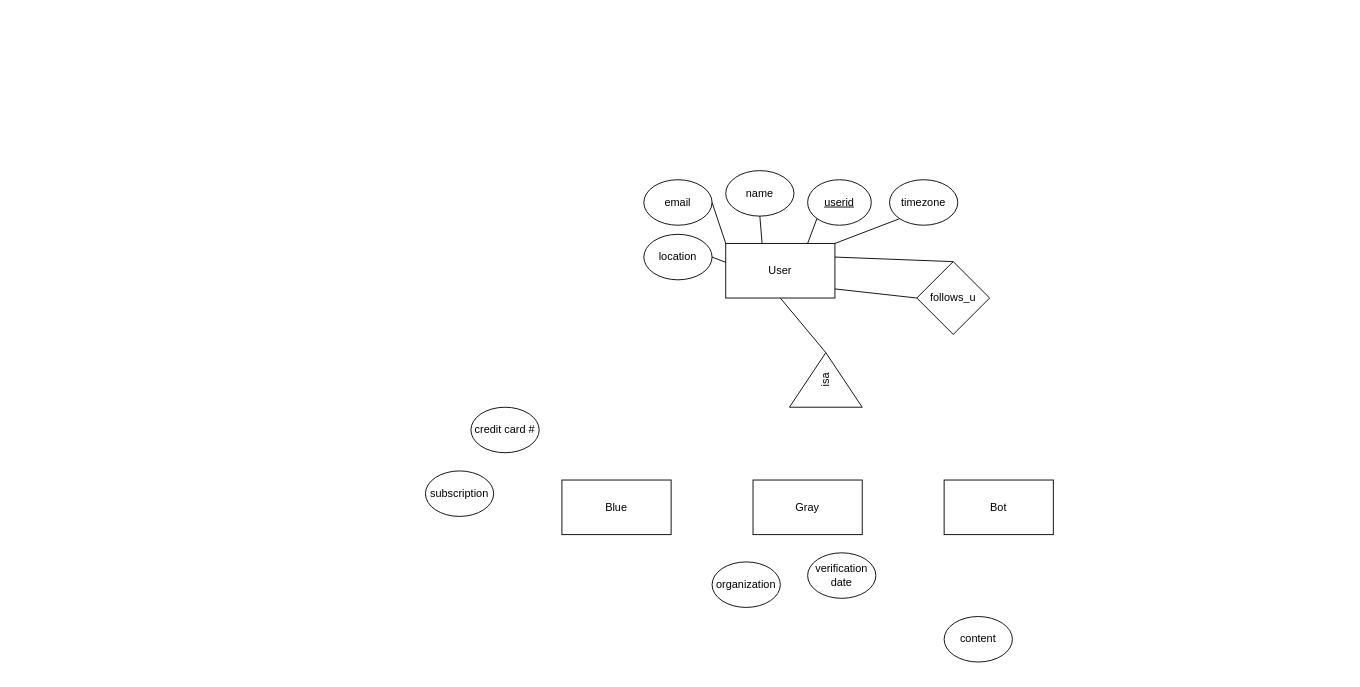
slappy163/291-Assignment-1 keeps this draw.io diagram as Part1/Daniel/Untitled Diagram.drawio. Above is the earlier version. Source tidied: cells renumbered, new cells numbered last; positions are measured from the earlier drawing's top-left corner, leaving out a move shared by most shapes. Both pictures are drawn from the tidied source at 91%, with x=0, y=0 at pixel (425, 170).
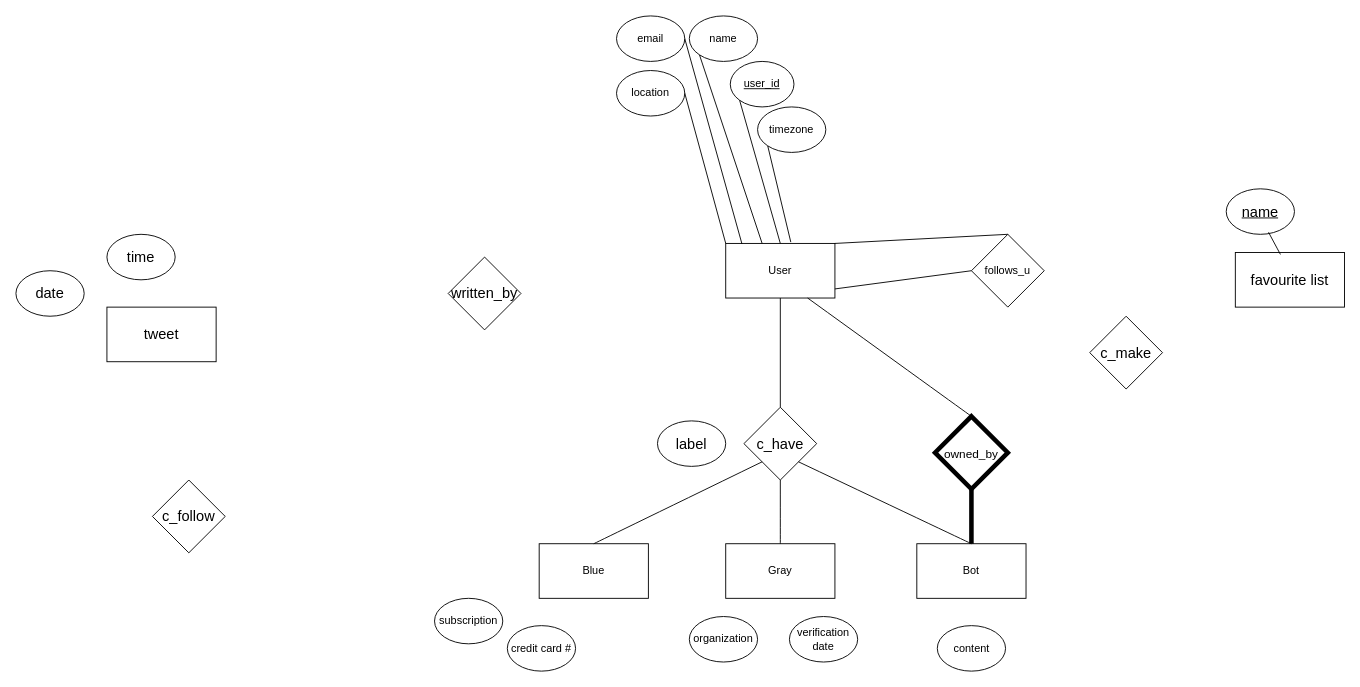
The same diagram, later.

The change refers to these unchanged cells:
```xml
<mxCell id="2" value="User" style="rounded=0;whiteSpace=wrap;html=1;" parent="1" vertex="1">
  <mxGeometry x="330" y="80" width="120" height="60" as="geometry" />
</mxCell>
```

Diff of the diagram source:
```diff
@@
+    <mxCell id="26" style="edgeStyle=none;curved=1;rounded=0;jettySize=auto;html=1;exitX=1;exitY=1;exitDx=0;exitDy=0;fontSize=12;startSize=8;endSize=8;" parent="1" edge="1" source="2">
+      <mxGeometry relative="1" as="geometry">
+        <mxPoint x="450.4" y="140.3" as="targetPoint" />
+      </mxGeometry>
+    </mxCell>
@@
-    <mxCell id="3" value="&lt;u&gt;userid&lt;/u&gt;" style="ellipse;whiteSpace=wrap;html=1;" parent="1" vertex="1">
-      <mxGeometry x="420" y="10" width="70" height="50" as="geometry" />
+    <mxCell id="3" value="&lt;u&gt;user_id&lt;/u&gt;" style="ellipse;whiteSpace=wrap;html=1;" parent="1" vertex="1">
+      <mxGeometry x="335" y="-120" width="70" height="50" as="geometry" />
     </mxCell>
     <mxCell id="4" value="name" style="ellipse;whiteSpace=wrap;html=1;" parent="1" vertex="1">
-      <mxGeometry x="330" width="75" height="50" as="geometry" />
+      <mxGeometry x="290" y="-170" width="75" height="50" as="geometry" />
     </mxCell>
     <mxCell id="5" value="location" style="ellipse;whiteSpace=wrap;html=1;" parent="1" vertex="1">
-      <mxGeometry x="240" y="70" width="75" height="50" as="geometry" />
+      <mxGeometry x="210" y="-110" width="75" height="50" as="geometry" />
     </mxCell>
     <mxCell id="6" value="timezone" style="ellipse;whiteSpace=wrap;html=1;" parent="1" vertex="1">
-      <mxGeometry x="510" y="10" width="75" height="50" as="geometry" />
+      <mxGeometry x="365" y="-70" width="75" height="50" as="geometry" />
     </mxCell>
     <mxCell id="7" value="email" style="ellipse;whiteSpace=wrap;html=1;" parent="1" vertex="1">
-      <mxGeometry x="240" y="10" width="75" height="50" as="geometry" />
+      <mxGeometry x="210" y="-170" width="75" height="50" as="geometry" />
     </mxCell>
-    <mxCell id="8" value="isa" style="triangle;whiteSpace=wrap;html=1;rotation=-90;" parent="1" vertex="1">
-      <mxGeometry x="410" y="190" width="60" height="80" as="geometry" />
-    </mxCell>
     <mxCell id="9" value="Blue" style="rounded=0;whiteSpace=wrap;html=1;" parent="1" vertex="1">
-      <mxGeometry x="150" y="340" width="120" height="60" as="geometry" />
+      <mxGeometry x="125" y="410" width="120" height="60" as="geometry" />
     </mxCell>
     <mxCell id="10" value="Gray" style="rounded=0;whiteSpace=wrap;html=1;" parent="1" vertex="1">
-      <mxGeometry x="360" y="340" width="120" height="60" as="geometry" />
+      <mxGeometry x="330" y="410" width="120" height="60" as="geometry" />
     </mxCell>
     <mxCell id="11" value="Bot" style="rounded=0;whiteSpace=wrap;html=1;" parent="1" vertex="1">
-      <mxGeometry x="570" y="340" width="120" height="60" as="geometry" />
+      <mxGeometry x="540" y="410" width="120" height="60" as="geometry" />
     </mxCell>
     <mxCell id="12" value="follows_u" style="rhombus;whiteSpace=wrap;html=1;" parent="1" vertex="1">
-      <mxGeometry x="540" y="100" width="80" height="80" as="geometry" />
+      <mxGeometry x="600" y="70" width="80" height="80" as="geometry" />
     </mxCell>
@@
-    <mxCell id="14" style="endArrow=none;html=1;rounded=0;exitX=1;exitY=0.25;exitDx=0;exitDy=0;entryX=0.5;entryY=0;entryDx=0;entryDy=0;" parent="1" edge="1" source="2" target="12">
+    <mxCell id="14" style="endArrow=none;html=1;rounded=0;exitX=1;exitY=0;exitDx=0;exitDy=0;entryX=0.5;entryY=0;entryDx=0;entryDy=0;" parent="1" edge="1" source="2" target="12">
       <mxGeometry relative="1" as="geometry" />
     </mxCell>
-    <mxCell id="15" style="endArrow=none;html=1;rounded=0;exitX=1;exitY=0.5;exitDx=0;exitDy=0;entryX=0;entryY=0.346;entryDx=0;entryDy=0;entryPerimeter=0;" parent="1" edge="1" source="5" target="2">
+    <mxCell id="15" style="endArrow=none;html=1;rounded=0;exitX=1;exitY=0.5;exitDx=0;exitDy=0;entryX=0;entryY=0;entryDx=0;entryDy=0;" parent="1" edge="1" source="5" target="2">
       <mxGeometry relative="1" as="geometry" />
     </mxCell>
-    <mxCell id="16" style="endArrow=none;html=1;rounded=0;exitX=0;exitY=1;exitDx=0;exitDy=0;entryX=0.75;entryY=0;entryDx=0;entryDy=0;" parent="1" edge="1" source="3" target="2">
+    <mxCell id="16" style="endArrow=none;html=1;rounded=0;exitX=0;exitY=1;exitDx=0;exitDy=0;entryX=0.5;entryY=0;entryDx=0;entryDy=0;" parent="1" edge="1" source="3" target="2">
       <mxGeometry relative="1" as="geometry" />
     </mxCell>
-    <mxCell id="17" style="endArrow=none;html=1;rounded=0;exitX=0.5;exitY=1;exitDx=0;exitDy=0;entryX=0.333;entryY=-0.002;entryDx=0;entryDy=0;entryPerimeter=0;" parent="1" edge="1" source="4" target="2">
+    <mxCell id="17" style="endArrow=none;html=1;rounded=0;exitX=0;exitY=1;exitDx=0;exitDy=0;entryX=0.333;entryY=-0.002;entryDx=0;entryDy=0;entryPerimeter=0;" parent="1" edge="1" source="4" target="2">
       <mxGeometry relative="1" as="geometry" />
     </mxCell>
-    <mxCell id="18" style="endArrow=none;html=1;rounded=0;exitX=1;exitY=0.5;exitDx=0;exitDy=0;entryX=0;entryY=0;entryDx=0;entryDy=0;" parent="1" edge="1" source="7" target="2">
+    <mxCell id="18" style="endArrow=none;html=1;rounded=0;exitX=1;exitY=0.5;exitDx=0;exitDy=0;entryX=0.149;entryY=0.011;entryDx=0;entryDy=0;entryPerimeter=0;" parent="1" edge="1" source="7" target="2">
       <mxGeometry relative="1" as="geometry" />
     </mxCell>
-    <mxCell id="19" style="endArrow=none;html=1;rounded=0;exitX=0;exitY=1;exitDx=0;exitDy=0;entryX=1;entryY=0;entryDx=0;entryDy=0;" parent="1" edge="1" source="6" target="2">
+    <mxCell id="19" style="endArrow=none;html=1;rounded=0;exitX=0;exitY=1;exitDx=0;exitDy=0;entryX=0.596;entryY=-0.024;entryDx=0;entryDy=0;entryPerimeter=0;" parent="1" edge="1" source="6" target="2">
       <mxGeometry relative="1" as="geometry" />
     </mxCell>
-    <mxCell id="20" style="endArrow=none;html=1;rounded=0;exitX=0.5;exitY=1;exitDx=0;exitDy=0;entryX=1;entryY=0.5;entryDx=0;entryDy=0;" parent="1" edge="1" source="2" target="8">
+    <mxCell id="20" style="endArrow=none;html=1;rounded=0;exitX=0.5;exitY=1;exitDx=0;exitDy=0;entryX=0.5;entryY=0;entryDx=0;entryDy=0;" parent="1" edge="1" source="2" target="36">
       <mxGeometry relative="1" as="geometry" />
     </mxCell>
     <mxCell id="21" value="credit card #" style="ellipse;whiteSpace=wrap;html=1;" parent="1" vertex="1">
-      <mxGeometry x="50" y="260" width="75" height="50" as="geometry" />
+      <mxGeometry x="90" y="500" width="75" height="50" as="geometry" />
     </mxCell>
     <mxCell id="22" value="subscription" style="ellipse;whiteSpace=wrap;html=1;" parent="1" vertex="1">
-      <mxGeometry y="330" width="75" height="50" as="geometry" />
+      <mxGeometry x="10" y="470" width="75" height="50" as="geometry" />
     </mxCell>
     <mxCell id="23" value="organization" style="ellipse;whiteSpace=wrap;html=1;" parent="1" vertex="1">
-      <mxGeometry x="315" y="430" width="75" height="50" as="geometry" />
+      <mxGeometry x="290" y="490" width="75" height="50" as="geometry" />
     </mxCell>
     <mxCell id="24" value="verification date" style="ellipse;whiteSpace=wrap;html=1;" parent="1" vertex="1">
-      <mxGeometry x="420" y="420" width="75" height="50" as="geometry" />
+      <mxGeometry x="400" y="490" width="75" height="50" as="geometry" />
     </mxCell>
     <mxCell id="25" value="content" style="ellipse;whiteSpace=wrap;html=1;" parent="1" vertex="1">
-      <mxGeometry x="570" y="490" width="75" height="50" as="geometry" />
+      <mxGeometry x="562.5" y="500" width="75" height="50" as="geometry" />
     </mxCell>
+    <mxCell id="27" value="favourite list" style="rounded=0;whiteSpace=wrap;html=1;fontSize=16;" parent="1" vertex="1">
+      <mxGeometry x="890" y="90" width="120" height="60" as="geometry" />
+    </mxCell>
+    <mxCell id="28" value="&lt;u&gt;name&lt;/u&gt;" style="ellipse;whiteSpace=wrap;html=1;fontSize=16;" parent="1" vertex="1">
+      <mxGeometry x="880" y="20" width="75" height="50" as="geometry" />
+    </mxCell>
+    <mxCell id="29" style="endArrow=none;html=1;rounded=0;fontSize=12;startSize=8;endSize=8;curved=1;entryX=0.62;entryY=0.955;entryDx=0;entryDy=0;entryPerimeter=0;exitX=0.413;exitY=0.035;exitDx=0;exitDy=0;exitPerimeter=0;" parent="1" edge="1" source="27" target="28">
+      <mxGeometry relative="1" as="geometry" />
+    </mxCell>
+    <mxCell id="30" value="tweet" style="rounded=0;whiteSpace=wrap;html=1;fontSize=16;" parent="1" vertex="1">
+      <mxGeometry x="-350" y="150" width="120" height="60" as="geometry" />
+    </mxCell>
+    <mxCell id="31" value="written_by" style="rhombus;whiteSpace=wrap;html=1;fontSize=16;" parent="1" vertex="1">
+      <mxGeometry x="25" y="95" width="80" height="80" as="geometry" />
+    </mxCell>
+    <mxCell id="32" value="c_follow" style="rhombus;whiteSpace=wrap;html=1;fontSize=16;" parent="1" vertex="1">
+      <mxGeometry x="-300" y="340" width="80" height="80" as="geometry" />
+    </mxCell>
+    <mxCell id="33" value="date" style="ellipse;whiteSpace=wrap;html=1;fontSize=16;" parent="1" vertex="1">
+      <mxGeometry x="-450" y="110" width="75" height="50" as="geometry" />
+    </mxCell>
+    <mxCell id="34" value="time" style="ellipse;whiteSpace=wrap;html=1;fontSize=16;" parent="1" vertex="1">
+      <mxGeometry x="-350" y="70" width="75" height="50" as="geometry" />
+    </mxCell>
+    <mxCell id="35" value="c_make" style="rhombus;whiteSpace=wrap;html=1;fontSize=16;" parent="1" vertex="1">
+      <mxGeometry x="730" y="160" width="80" height="80" as="geometry" />
+    </mxCell>
+    <mxCell id="36" value="c_have" style="rhombus;whiteSpace=wrap;html=1;fontSize=16;" parent="1" vertex="1">
+      <mxGeometry x="350" y="260" width="80" height="80" as="geometry" />
+    </mxCell>
+    <mxCell id="37" value="label" style="ellipse;whiteSpace=wrap;html=1;fontSize=16;" parent="1" vertex="1">
+      <mxGeometry x="255" y="275" width="75" height="50" as="geometry" />
+    </mxCell>
+    <mxCell id="38" style="endArrow=none;html=1;rounded=0;fontSize=12;startSize=8;endSize=8;curved=1;entryX=0;entryY=1;entryDx=0;entryDy=0;exitX=0.5;exitY=0;exitDx=0;exitDy=0;" parent="1" edge="1" source="9" target="36">
+      <mxGeometry relative="1" as="geometry" />
+    </mxCell>
+    <mxCell id="39" style="endArrow=none;html=1;rounded=0;fontSize=12;startSize=8;endSize=8;curved=1;entryX=0.5;entryY=1;entryDx=0;entryDy=0;exitX=0.5;exitY=0;exitDx=0;exitDy=0;" parent="1" edge="1" source="10" target="36">
+      <mxGeometry relative="1" as="geometry" />
+    </mxCell>
+    <mxCell id="40" style="endArrow=none;html=1;rounded=0;fontSize=12;startSize=8;endSize=8;curved=1;entryX=1;entryY=1;entryDx=0;entryDy=0;" parent="1" edge="1" target="36">
+      <mxGeometry relative="1" as="geometry">
+        <mxPoint x="600" y="410" as="sourcePoint" />
+      </mxGeometry>
+    </mxCell>
+    <mxCell id="41" value="&lt;font style=&quot;font-size: 13px;&quot;&gt;owned_by&lt;/font&gt;" style="rhombus;whiteSpace=wrap;html=1;fontSize=16;strokeWidth=5;" parent="1" vertex="1">
+      <mxGeometry x="560" y="270" width="80" height="80" as="geometry" />
+    </mxCell>
+    <mxCell id="42" style="endArrow=none;html=1;rounded=0;fontSize=12;startSize=8;endSize=8;curved=1;entryX=0.75;entryY=1;entryDx=0;entryDy=0;exitX=0.5;exitY=0;exitDx=0;exitDy=0;" parent="1" edge="1" source="41" target="2">
+      <mxGeometry relative="1" as="geometry" />
+    </mxCell>
+    <mxCell id="43" style="endArrow=none;html=1;rounded=0;fontSize=12;startSize=8;endSize=8;curved=1;entryX=0.5;entryY=1;entryDx=0;entryDy=0;strokeWidth=5;" parent="1" edge="1" target="41">
+      <mxGeometry relative="1" as="geometry">
+        <mxPoint x="600" y="410" as="sourcePoint" />
+      </mxGeometry>
+    </mxCell>
```
